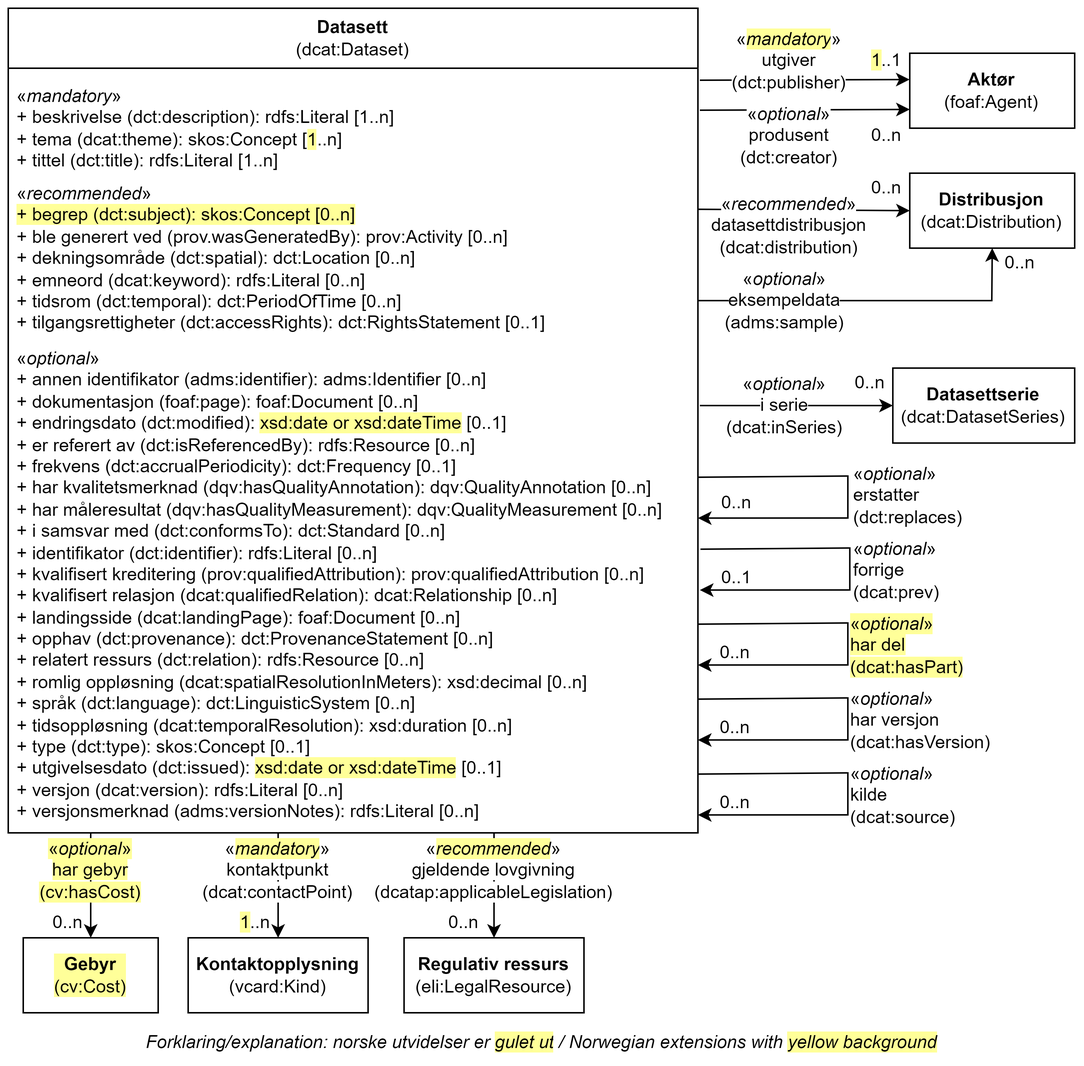
Before: docs/images/Klassen-Datasett.png, a diagram exported from draw.io (Informasjonsforvaltning/hvd-dcat-ap-no). Source tidied: cells renumbered, new cells last; positions are measured from the earlier drawing's top-left corner, leaving out a move shared by most shapes.
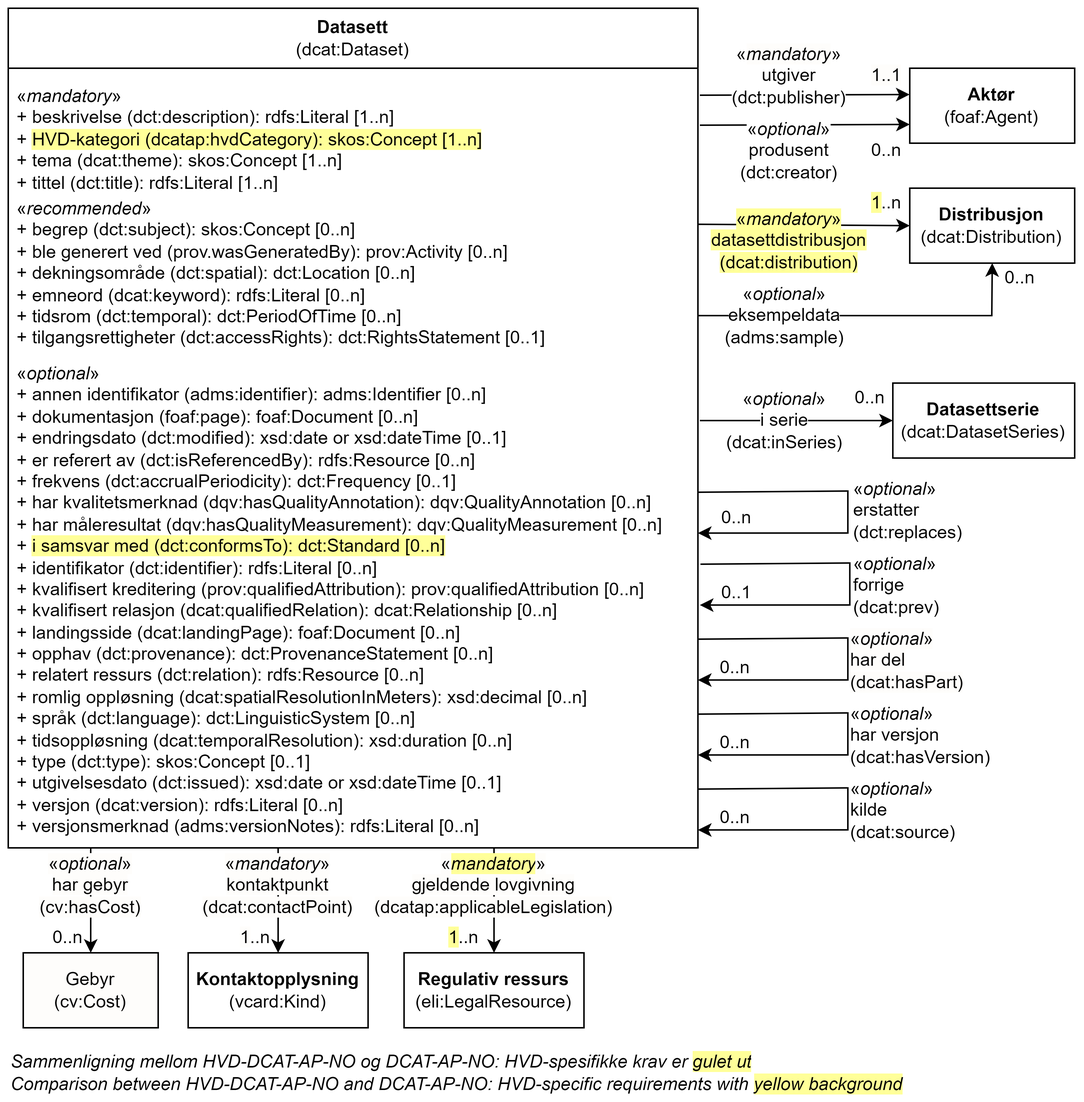
Above is the later version.

Commit message:
Oppdaterer Datasett

Diff of the diagram source:
```diff
@@ -5,12 +5,12 @@
     <mxCell id="2" value="Datasett&lt;br&gt;&lt;span style=&quot;font-weight: normal;&quot;&gt;(dcat:Dataset)&lt;/span&gt;" style="swimlane;whiteSpace=wrap;html=1;startSize=40;" parent="1" vertex="1">
-      <mxGeometry width="460" height="550" as="geometry" />
+      <mxGeometry y="-10" width="460" height="560" as="geometry" />
     </mxCell>
-    <mxCell id="3" value="«&lt;i&gt;mandatory&lt;/i&gt;»&lt;br&gt;+ beskrivelse (dct:description): rdfs:Literal [1..n]&lt;br&gt;+ tema (dcat:theme): skos:Concept [&lt;span style=&quot;background-color: rgb(255, 255, 153);&quot;&gt;1&lt;/span&gt;..n]&lt;br&gt;+ tittel (dct:title): rdfs:Literal [1..n]" style="text;strokeColor=none;fillColor=none;align=left;verticalAlign=top;spacingLeft=4;spacingRight=4;overflow=hidden;whiteSpace=wrap;html=1;" parent="2" vertex="1">
-      <mxGeometry y="45" width="300" height="65" as="geometry" />
+    <mxCell id="3" value="«&lt;i&gt;mandatory&lt;/i&gt;»&lt;br&gt;+ beskrivelse (dct:description): rdfs:Literal [1..n]&lt;div&gt;+ &lt;span style=&quot;background-color: rgb(255, 255, 153);&quot;&gt;HVD-kategori (dcatap:hvdCategory): skos:Concept [1..n]&lt;/span&gt;&lt;br&gt;+ tema (dcat:theme): skos:Concept [1..n]&lt;br&gt;+ tittel (dct:title): rdfs:Literal [1..n]&lt;/div&gt;" style="text;strokeColor=none;fillColor=none;align=left;verticalAlign=top;spacingLeft=4;spacingRight=4;overflow=hidden;whiteSpace=wrap;html=1;" parent="2" vertex="1">
+      <mxGeometry y="45" width="430" height="75" as="geometry" />
     </mxCell>
-    <mxCell id="4" value="«&lt;i&gt;recommended&lt;/i&gt;»&lt;br&gt;&lt;span style=&quot;background-color: rgb(255, 255, 153);&quot;&gt;+ begrep (dct:subject): skos:Concept [0..n]&lt;/span&gt;&lt;br&gt;+ ble generert ved (prov.wasGeneratedBy): prov:Activity [0..n]&lt;br&gt;+ dekningsområde (dct:spatial): dct:Location [0..n]&lt;br&gt;+ emneord (dcat:keyword): rdfs:Literal [0..n]&lt;br&gt;+ tidsrom (dct:temporal): dct:PeriodOfTime [0..n]&lt;br&gt;+&amp;nbsp;tilgangsrettigheter (dct:accessRights):&amp;nbsp;dct:RightsStatement [0..1]" style="text;strokeColor=none;fillColor=none;align=left;verticalAlign=top;spacingLeft=4;spacingRight=4;overflow=hidden;whiteSpace=wrap;html=1;" parent="2" vertex="1">
-      <mxGeometry y="110" width="430" height="110" as="geometry" />
+    <mxCell id="4" value="«&lt;i&gt;recommended&lt;/i&gt;»&lt;br&gt;+ begrep (dct:subject): skos:Concept [0..n]&lt;br&gt;+ ble generert ved (prov.wasGeneratedBy): prov:Activity [0..n]&lt;br&gt;+ dekningsområde (dct:spatial): dct:Location [0..n]&lt;br&gt;+ emneord (dcat:keyword): rdfs:Literal [0..n]&lt;br&gt;+ tidsrom (dct:temporal): dct:PeriodOfTime [0..n]&lt;br&gt;+&amp;nbsp;tilgangsrettigheter (dct:accessRights):&amp;nbsp;dct:RightsStatement [0..1]" style="text;strokeColor=none;fillColor=none;align=left;verticalAlign=top;spacingLeft=4;spacingRight=4;overflow=hidden;whiteSpace=wrap;html=1;" parent="2" vertex="1">
+      <mxGeometry y="120" width="430" height="110" as="geometry" />
     </mxCell>
-    <mxCell id="5" value="«&lt;i&gt;optional&lt;/i&gt;»&lt;br&gt;+ annen identifikator (adms:identifier): adms:Identifier [0..n]&lt;br&gt;+ dokumentasjon (foaf:page): foaf:Document [0..n]&lt;br&gt;+ endringsdato (dct:modified): &lt;span style=&quot;background-color: rgb(255, 255, 153);&quot;&gt;xsd:date or xsd:dateTime&lt;/span&gt; [0..1]&lt;br&gt;+ er referert av (dct:isReferencedBy): rdfs:Resource [0..n]&lt;br&gt;+ frekvens (dct:accrualPeriodicity): dct:Frequency [0..1]&lt;div&gt;+&amp;nbsp;har kvalitetsmerknad (dqv:hasQualityAnnotation):&amp;nbsp;dqv:QualityAnnotation [0..n]&lt;/div&gt;&lt;div&gt;+ har måleresultat (dqv:hasQualityMeasurement): dqv:QualityMeasurement [0..n]&lt;/div&gt;&lt;div&gt;+&amp;nbsp;i samsvar med (dct:conformsTo): dct:Standard [0..n]&lt;br&gt;+ identifikator (dct:identifier): rdfs:Literal [0..n]&lt;br&gt;+ kvalifisert kreditering (prov:qualifiedAttribution): prov:qualifiedAttribution [0..n]&lt;br&gt;+ kvalifisert relasjon (dcat:qualifiedRelation): dcat:Relationship [0..n]&lt;br&gt;+ landingsside (dcat:landingPage): foaf:Document [0..n]&lt;br&gt;+ opphav (dct:provenance): dct:ProvenanceStatement [0..n]&lt;br&gt;+ relatert ressurs (dct:relation): rdfs:Resource [0..n]&lt;br&gt;+ romlig oppløsning (dcat:spatialResolutionInMeters): xsd:decimal [0..n]&lt;br&gt;+ språk (dct:language): dct:LinguisticSystem [0..n]&lt;br&gt;+ tidsoppløsning (dcat:temporalResolution): xsd:duration [0..n]&lt;br&gt;+ type (dct:type): skos:Concept [0..1]&lt;br&gt;+ utgivelsesdato (dct:issued): &lt;span style=&quot;background-color: rgb(255, 255, 153);&quot;&gt;xsd:date or xsd:dateTime&lt;/span&gt; [0..1]&lt;br&gt;+ versjon (dcat:version): rdfs:Literal [0..n]&lt;br&gt;+ versjonsmerknad (adms:versionNotes): rdfs:Literal [0..n]&lt;/div&gt;" style="text;strokeColor=none;fillColor=none;align=left;verticalAlign=top;spacingLeft=4;spacingRight=4;overflow=hidden;whiteSpace=wrap;html=1;" parent="2" vertex="1">
-      <mxGeometry y="220" width="450" height="320" as="geometry" />
+    <mxCell id="5" value="«&lt;i&gt;optional&lt;/i&gt;»&lt;br&gt;+ annen identifikator (adms:identifier): adms:Identifier [0..n]&lt;br&gt;+ dokumentasjon (foaf:page): foaf:Document [0..n]&lt;br&gt;+ endringsdato (dct:modified): xsd:date or xsd:dateTime [0..1]&lt;br&gt;+ er referert av (dct:isReferencedBy): rdfs:Resource [0..n]&lt;br&gt;+ frekvens (dct:accrualPeriodicity): dct:Frequency [0..1]&lt;div&gt;+&amp;nbsp;har kvalitetsmerknad (dqv:hasQualityAnnotation):&amp;nbsp;dqv:QualityAnnotation [0..n]&lt;/div&gt;&lt;div&gt;+ har måleresultat (dqv:hasQualityMeasurement): dqv:QualityMeasurement [0..n]&lt;/div&gt;&lt;div&gt;+&amp;nbsp;&lt;span style=&quot;background-color: rgb(255, 255, 153);&quot;&gt;i samsvar med (dct:conformsTo): dct:Standard [0..n]&lt;/span&gt;&lt;br&gt;+ identifikator (dct:identifier): rdfs:Literal [0..n]&lt;br&gt;+ kvalifisert kreditering (prov:qualifiedAttribution): prov:qualifiedAttribution [0..n]&lt;br&gt;+ kvalifisert relasjon (dcat:qualifiedRelation): dcat:Relationship [0..n]&lt;br&gt;+ landingsside (dcat:landingPage): foaf:Document [0..n]&lt;br&gt;+ opphav (dct:provenance): dct:ProvenanceStatement [0..n]&lt;br&gt;+ relatert ressurs (dct:relation): rdfs:Resource [0..n]&lt;br&gt;+ romlig oppløsning (dcat:spatialResolutionInMeters): xsd:decimal [0..n]&lt;br&gt;+ språk (dct:language): dct:LinguisticSystem [0..n]&lt;br&gt;+ tidsoppløsning (dcat:temporalResolution): xsd:duration [0..n]&lt;br&gt;+ type (dct:type): skos:Concept [0..1]&lt;br&gt;+ utgivelsesdato (dct:issued): xsd:date or xsd:dateTime [0..1]&lt;br&gt;+ versjon (dcat:version): rdfs:Literal [0..n]&lt;br&gt;+ versjonsmerknad (adms:versionNotes): rdfs:Literal [0..n]&lt;/div&gt;" style="text;strokeColor=none;fillColor=none;align=left;verticalAlign=top;spacingLeft=4;spacingRight=4;overflow=hidden;whiteSpace=wrap;html=1;" parent="2" vertex="1">
+      <mxGeometry y="230" width="450" height="320" as="geometry" />
     </mxCell>
@@ -28,3 +28,3 @@
     </mxCell>
-    <mxCell id="10" value="&lt;span style=&quot;background-color: rgb(255, 255, 153);&quot;&gt;«&lt;i style=&quot;border-color: var(--border-color);&quot;&gt;optional&lt;/i&gt;»&lt;br&gt;har del&lt;br&gt;(dcat:hasPart)&lt;/span&gt;" style="text;html=1;strokeColor=none;fillColor=none;align=left;verticalAlign=middle;whiteSpace=wrap;rounded=0;" parent="1" vertex="1">
+    <mxCell id="10" value="&lt;span style=&quot;background-color: rgb(254, 253, 251);&quot;&gt;«&lt;i style=&quot;border-color: var(--border-color);&quot;&gt;optional&lt;/i&gt;»&lt;br&gt;har del&lt;br&gt;(dcat:hasPart)&lt;/span&gt;" style="text;html=1;strokeColor=none;fillColor=none;align=left;verticalAlign=middle;whiteSpace=wrap;rounded=0;" parent="1" vertex="1">
       <mxGeometry x="560.3" y="410" width="60" height="30" as="geometry" />
@@ -45,3 +45,3 @@
     </mxCell>
-    <mxCell id="15" value="&lt;span style=&quot;background-color: rgb(255, 255, 255);&quot;&gt;«&lt;/span&gt;&lt;i style=&quot;border-color: var(--border-color); text-align: left; background-color: rgb(255, 255, 153);&quot;&gt;mandatory&lt;/i&gt;&lt;span style=&quot;background-color: rgb(255, 255, 255); text-align: left;&quot;&gt;»&lt;br&gt;&lt;/span&gt;&lt;span style=&quot;background-color: rgb(255, 255, 255);&quot;&gt;utgiver&lt;/span&gt;&lt;br&gt;&lt;span style=&quot;background-color: rgb(255, 255, 255);&quot;&gt;(dct:publisher)&lt;/span&gt;" style="text;html=1;strokeColor=none;fillColor=none;align=center;verticalAlign=middle;whiteSpace=wrap;rounded=0;" parent="1" vertex="1">
+    <mxCell id="15" value="&lt;span style=&quot;background-color: rgb(255, 255, 255);&quot;&gt;«&lt;/span&gt;&lt;i style=&quot;border-color: var(--border-color); text-align: left; background-color: rgb(254, 253, 251);&quot;&gt;mandatory&lt;/i&gt;&lt;span style=&quot;background-color: rgb(255, 255, 255); text-align: left;&quot;&gt;»&lt;br&gt;&lt;/span&gt;&lt;span style=&quot;background-color: rgb(255, 255, 255);&quot;&gt;utgiver&lt;/span&gt;&lt;br&gt;&lt;span style=&quot;background-color: rgb(255, 255, 255);&quot;&gt;(dct:publisher)&lt;/span&gt;" style="text;html=1;strokeColor=none;fillColor=none;align=center;verticalAlign=middle;whiteSpace=wrap;rounded=0;" parent="1" vertex="1">
       <mxGeometry x="491.3" y="20" width="60" height="30" as="geometry" />
@@ -56,3 +56,3 @@
     </mxCell>
-    <mxCell id="18" value="&lt;span style=&quot;background-color: rgb(255, 255, 153);&quot;&gt;1&lt;/span&gt;..1" style="text;html=1;strokeColor=none;fillColor=none;align=center;verticalAlign=middle;whiteSpace=wrap;rounded=0;" parent="1" vertex="1">
+    <mxCell id="18" value="&lt;span style=&quot;background-color: rgb(254, 253, 251);&quot;&gt;1..1&lt;/span&gt;" style="text;html=1;strokeColor=none;fillColor=none;align=center;verticalAlign=middle;whiteSpace=wrap;rounded=0;" parent="1" vertex="1">
       <mxGeometry x="571.3" y="25" width="30" height="20" as="geometry" />
@@ -67,6 +67,6 @@
     </mxCell>
-    <mxCell id="21" value="&lt;span style=&quot;background-color: rgb(255, 255, 255);&quot;&gt;«&lt;i style=&quot;border-color: var(--border-color); text-align: left;&quot;&gt;recommended&lt;/i&gt;&lt;span style=&quot;text-align: left;&quot;&gt;»&lt;br&gt;&lt;/span&gt;datasettdistribusjon&lt;br&gt;(dcat:distribution)&lt;/span&gt;" style="text;html=1;strokeColor=none;fillColor=none;align=center;verticalAlign=middle;whiteSpace=wrap;rounded=0;" parent="1" vertex="1">
+    <mxCell id="21" value="&lt;span style=&quot;background-color: rgb(255, 255, 153);&quot;&gt;«&lt;i style=&quot;border-color: var(--border-color); text-align: left;&quot;&gt;mandatory&lt;/i&gt;&lt;span style=&quot;text-align: left;&quot;&gt;»&lt;br&gt;&lt;/span&gt;datasettdistribusjon&lt;br&gt;(dcat:distribution)&lt;/span&gt;" style="text;html=1;strokeColor=none;fillColor=none;align=center;verticalAlign=middle;whiteSpace=wrap;rounded=0;" parent="1" vertex="1">
       <mxGeometry x="491.3" y="130" width="60" height="30" as="geometry" />
     </mxCell>
-    <mxCell id="22" value="0..n" style="text;html=1;strokeColor=none;fillColor=none;align=center;verticalAlign=middle;whiteSpace=wrap;rounded=0;" parent="1" vertex="1">
+    <mxCell id="22" value="&lt;span style=&quot;background-color: rgb(255, 255, 153);&quot;&gt;1&lt;/span&gt;..n" style="text;html=1;strokeColor=none;fillColor=none;align=center;verticalAlign=middle;whiteSpace=wrap;rounded=0;" parent="1" vertex="1">
       <mxGeometry x="571.3" y="110" width="30" height="20" as="geometry" />
@@ -139,6 +139,6 @@
     </mxCell>
-    <mxCell id="35" value="Forklaring/explanation: norske utvidelser er&amp;nbsp;&lt;span style=&quot;background-color: rgb(255, 255, 153);&quot;&gt;gulet ut&lt;/span&gt;&lt;span style=&quot;background-color: rgb(255 , 255 , 255)&quot;&gt;&amp;nbsp;/&amp;nbsp;Norwegian extensions with &lt;/span&gt;&lt;span style=&quot;background-color: rgb(255, 255, 153);&quot;&gt;yellow background&lt;/span&gt;" style="text;html=1;strokeColor=none;fillColor=none;align=center;verticalAlign=middle;whiteSpace=wrap;rounded=0;fontStyle=2;" parent="1" vertex="1">
-      <mxGeometry x="1.3" y="680" width="710" height="20" as="geometry" />
+    <mxCell id="35" value="Sammenligning mellom HVD-DCAT-AP-NO og DCAT-AP-NO: HVD-spesifikke krav er&amp;nbsp;&lt;span style=&quot;background-color: rgb(255, 255, 153);&quot;&gt;gulet ut&lt;/span&gt;&lt;span style=&quot;background-color: rgb(255 , 255 , 255)&quot;&gt;&amp;nbsp;&lt;/span&gt;&lt;div&gt;&lt;span style=&quot;background-color: rgb(255 , 255 , 255)&quot;&gt;Comparison between HVD-DCAT-AP-NO and DCAT-AP-NO: HVD-specific requirements with &lt;/span&gt;&lt;span style=&quot;background-color: rgb(255, 255, 153);&quot;&gt;yellow background&lt;/span&gt;&lt;/div&gt;" style="text;html=1;strokeColor=none;fillColor=none;align=left;verticalAlign=middle;whiteSpace=wrap;rounded=0;fontStyle=2;" parent="1" vertex="1">
+      <mxGeometry y="690" width="710" height="20" as="geometry" />
     </mxCell>
-    <mxCell id="36" value="&lt;b&gt;Gebyr&lt;/b&gt;&lt;br&gt;(cv:Cost)" style="html=1;whiteSpace=wrap;labelBackgroundColor=#FFFF99;" parent="1" vertex="1">
+    <mxCell id="36" value="Gebyr&#10;(cv:Cost)" style="html=1;whiteSpace=wrap;labelBackgroundColor=none;fillColor=#FEFDFB;" parent="1" vertex="1">
       <mxGeometry x="10" y="620" width="90" height="50" as="geometry" />
@@ -150,3 +150,3 @@
     </mxCell>
-    <mxCell id="38" value="&lt;span style=&quot;background-color: rgb(255, 255, 153);&quot;&gt;«&lt;i style=&quot;border-color: var(--border-color);&quot;&gt;optional&lt;/i&gt;»&lt;br&gt;har gebyr&lt;br&gt;(cv:hasCost)&lt;/span&gt;" style="text;html=1;strokeColor=none;fillColor=none;align=center;verticalAlign=middle;whiteSpace=wrap;rounded=0;" parent="1" vertex="1">
+    <mxCell id="38" value="&lt;span style=&quot;background-color: rgb(254, 253, 251);&quot;&gt;«&lt;i style=&quot;border-color: var(--border-color);&quot;&gt;optional&lt;/i&gt;»&lt;br&gt;har gebyr&lt;br&gt;(cv:hasCost)&lt;/span&gt;" style="text;html=1;strokeColor=none;fillColor=none;align=center;verticalAlign=middle;whiteSpace=wrap;rounded=0;" parent="1" vertex="1">
       <mxGeometry x="25" y="560" width="60" height="30" as="geometry" />
@@ -188,6 +188,6 @@
     </mxCell>
-    <mxCell id="46" value="&lt;span style=&quot;background-color: rgb(255, 255, 255);&quot;&gt;«&lt;/span&gt;&lt;i style=&quot;border-color: var(--border-color); text-align: left; background-color: rgb(255, 255, 153);&quot;&gt;mandatory&lt;/i&gt;&lt;span style=&quot;background-color: rgb(255, 255, 255); text-align: left;&quot;&gt;»&lt;br&gt;&lt;/span&gt;&lt;span style=&quot;background-color: rgb(255, 255, 255);&quot;&gt;kontaktpunkt&lt;/span&gt;&lt;br&gt;&lt;span style=&quot;background-color: rgb(255, 255, 255);&quot;&gt;(dcat:contactPoint)&lt;/span&gt;" style="text;html=1;strokeColor=none;fillColor=none;align=center;verticalAlign=middle;whiteSpace=wrap;rounded=0;" parent="1" vertex="1">
+    <mxCell id="46" value="&lt;span style=&quot;background-color: rgb(254, 253, 251);&quot;&gt;«&lt;i style=&quot;border-color: var(--border-color); text-align: left;&quot;&gt;mandatory&lt;/i&gt;&lt;span style=&quot;text-align: left;&quot;&gt;»&lt;br&gt;&lt;/span&gt;kontaktpunkt&lt;br&gt;(dcat:contactPoint)&lt;/span&gt;" style="text;html=1;strokeColor=none;fillColor=none;align=center;verticalAlign=middle;whiteSpace=wrap;rounded=0;" parent="1" vertex="1">
       <mxGeometry x="150" y="560" width="60" height="30" as="geometry" />
     </mxCell>
-    <mxCell id="47" value="&lt;span style=&quot;background-color: rgb(255, 255, 153);&quot;&gt;1&lt;/span&gt;..n" style="text;html=1;strokeColor=none;fillColor=none;align=center;verticalAlign=middle;whiteSpace=wrap;rounded=0;" parent="1" vertex="1">
+    <mxCell id="47" value="&lt;span style=&quot;background-color: rgb(254, 253, 251);&quot;&gt;1&lt;/span&gt;..n" style="text;html=1;strokeColor=none;fillColor=none;align=center;verticalAlign=middle;whiteSpace=wrap;rounded=0;" parent="1" vertex="1">
       <mxGeometry x="150" y="600" width="30" height="20" as="geometry" />
@@ -197,3 +197,3 @@
     </mxCell>
-    <mxCell id="49" value="0..n" style="text;html=1;strokeColor=none;fillColor=none;align=center;verticalAlign=middle;whiteSpace=wrap;rounded=0;" parent="1" vertex="1">
+    <mxCell id="49" value="&lt;span style=&quot;background-color: rgb(255, 255, 153);&quot;&gt;1&lt;/span&gt;..n" style="text;html=1;strokeColor=none;fillColor=none;align=center;verticalAlign=middle;whiteSpace=wrap;rounded=0;" parent="1" vertex="1">
       <mxGeometry x="290" y="600" width="28" height="20" as="geometry" />
@@ -205,3 +205,3 @@
     </mxCell>
-    <mxCell id="51" value="«&lt;i style=&quot;background-color: rgb(255, 255, 153);&quot;&gt;recommended&lt;/i&gt;»&lt;br&gt;&lt;span style=&quot;background-color: rgb(255, 255, 255);&quot;&gt;gjeldende lovgivning&lt;br&gt;(dcatap:applicableLegislation)&lt;/span&gt;" style="text;html=1;align=center;verticalAlign=middle;whiteSpace=wrap;rounded=0;" parent="1" vertex="1">
+    <mxCell id="51" value="&lt;span style=&quot;background-color: rgb(254, 253, 251);&quot;&gt;«&lt;/span&gt;&lt;i style=&quot;background-color: rgb(255, 255, 153);&quot;&gt;mandatory&lt;/i&gt;&lt;span style=&quot;background-color: rgb(254, 253, 251);&quot;&gt;»&lt;/span&gt;&lt;br&gt;&lt;span style=&quot;background-color: rgb(254, 253, 251);&quot;&gt;gjeldende lovgivning&lt;/span&gt;&lt;br&gt;&lt;span style=&quot;background-color: rgb(254, 253, 251);&quot;&gt;(dcatap:applicableLegislation)&lt;/span&gt;" style="text;html=1;align=center;verticalAlign=middle;whiteSpace=wrap;rounded=0;" parent="1" vertex="1">
       <mxGeometry x="294" y="560" width="60" height="30" as="geometry" />
```
